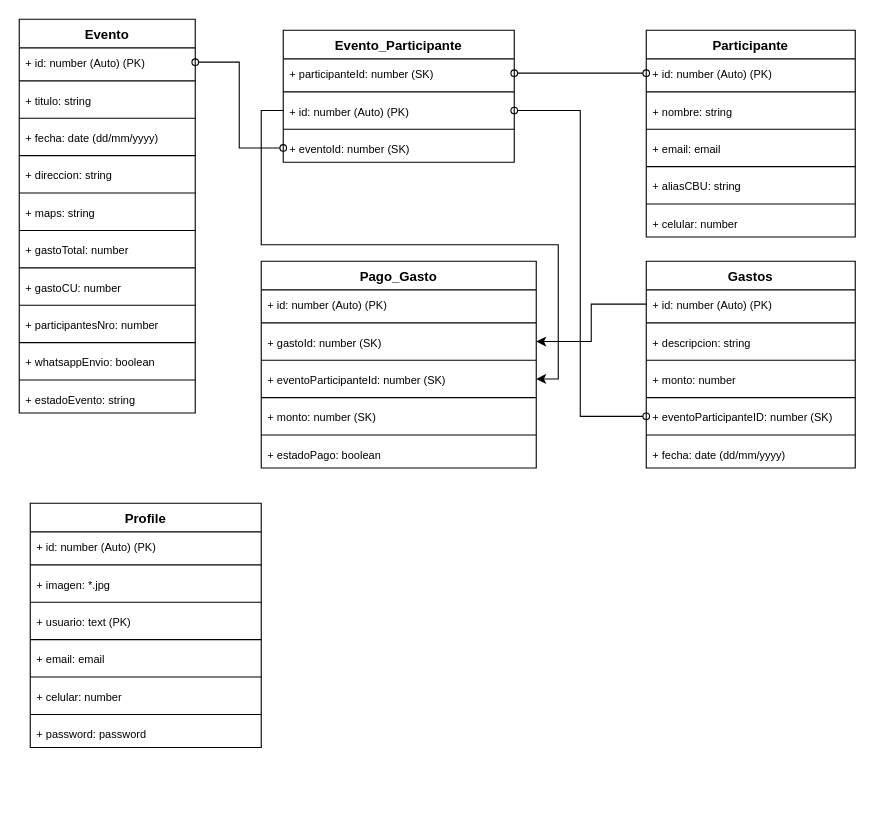
Above: splitsmart.drawio in cbalucas/splitsmart (draw.io), before the change. Source tidied: cells renumbered, new cells numbered last; positions are measured from the earlier drawing's top-left corner, leaving out a move shared by most shapes. Both pictures are drawn from the tidied source at 110%, with x=0, y=0 at pixel (19, 19).
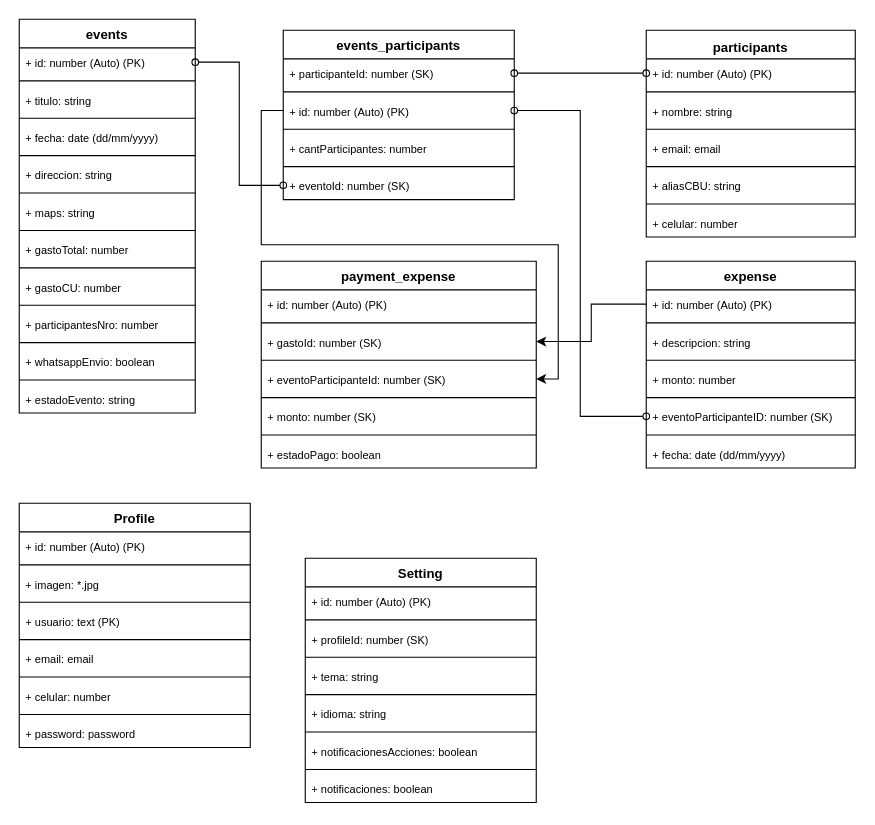
Above is the later version.

Change to the diagram source:
```diff
@@
-    <mxCell id="2" value="Evento" style="swimlane;fontStyle=1;align=center;verticalAlign=top;horizontal=1;startSize=26;whiteSpace=wrap;html=1;" parent="1" vertex="1">
+    <mxCell id="2" value="events" style="swimlane;fontStyle=1;align=center;verticalAlign=top;horizontal=1;startSize=26;whiteSpace=wrap;html=1;" parent="1" vertex="1">
       <mxGeometry width="160" height="358" as="geometry" />
     </mxCell>
@@
-    <mxCell id="22" value="Participante" style="swimlane;fontStyle=1;align=center;verticalAlign=top;horizontal=1;startSize=26;whiteSpace=wrap;html=1;" parent="1" vertex="1">
+    <mxCell id="22" value="&lt;div style=&quot;font-family: Consolas, &amp;quot;Courier New&amp;quot;, monospace; font-weight: normal; font-size: 14px; line-height: 19px; white-space: pre;&quot;&gt;&lt;div style=&quot;line-height: 19px;&quot;&gt;&lt;span style=&quot;font-family: Helvetica; font-size: 12px; font-weight: 700; white-space: normal;&quot;&gt;participants&lt;/span&gt;&lt;/div&gt;&lt;/div&gt;" style="swimlane;fontStyle=1;align=center;verticalAlign=top;horizontal=1;startSize=26;whiteSpace=wrap;html=1;" parent="1" vertex="1">
       <mxGeometry x="570" y="10" width="190" height="188" as="geometry" />
     </mxCell>
@@
-    <mxCell id="32" value="Gastos" style="swimlane;fontStyle=1;align=center;verticalAlign=top;horizontal=1;startSize=26;whiteSpace=wrap;html=1;" parent="1" vertex="1">
+    <mxCell id="32" value="expense" style="swimlane;fontStyle=1;align=center;verticalAlign=top;horizontal=1;startSize=26;whiteSpace=wrap;html=1;" parent="1" vertex="1">
       <mxGeometry x="570" y="220" width="190" height="188" as="geometry" />
     </mxCell>
@@
-    <mxCell id="42" value="Evento_Participante" style="swimlane;fontStyle=1;align=center;verticalAlign=top;horizontal=1;startSize=26;whiteSpace=wrap;html=1;" parent="1" vertex="1">
-      <mxGeometry x="240" y="10" width="210" height="120" as="geometry" />
+    <mxCell id="42" value="events_participants" style="swimlane;fontStyle=1;align=center;verticalAlign=top;horizontal=1;startSize=26;whiteSpace=wrap;html=1;" parent="1" vertex="1">
+      <mxGeometry x="240" y="10" width="210" height="154" as="geometry" />
     </mxCell>
@@
+    <mxCell id="75" style="line;strokeWidth=1;fillColor=none;align=left;verticalAlign=middle;spacingTop=-1;spacingLeft=3;spacingRight=3;labelPosition=right;strokeColor=inherit;" parent="42" vertex="1">
+      <mxGeometry y="86" width="210" height="8" as="geometry" />
+    </mxCell>
+    <mxCell id="76" value="&lt;font style=&quot;font-size: 10px;&quot;&gt;+ cantParticipantes: number&lt;/font&gt;" style="text;strokeColor=none;fillColor=none;align=left;verticalAlign=top;spacingLeft=4;spacingRight=4;overflow=hidden;whiteSpace=wrap;html=1;" parent="42" vertex="1">
+      <mxGeometry y="94" width="210" height="26" as="geometry" />
+    </mxCell>
     <mxCell id="46" style="line;strokeWidth=1;fillColor=none;align=left;verticalAlign=middle;spacingTop=-1;spacingLeft=3;spacingRight=3;labelPosition=right;strokeColor=inherit;" parent="42" vertex="1">
-      <mxGeometry y="86" width="210" height="8" as="geometry" />
+      <mxGeometry y="120" width="210" height="8" as="geometry" />
     </mxCell>
     <mxCell id="47" value="&lt;font style=&quot;font-size: 10px;&quot;&gt;+ eventoId: number (SK)&lt;/font&gt;" style="text;strokeColor=none;fillColor=none;align=left;verticalAlign=top;spacingLeft=4;spacingRight=4;overflow=hidden;points=[[0,0.5],[1,0.5]];portConstraint=eastwest;whiteSpace=wrap;html=1;" parent="42" vertex="1">
-      <mxGeometry y="94" width="210" height="26" as="geometry" />
+      <mxGeometry y="128" width="210" height="26" as="geometry" />
     </mxCell>
-    <mxCell id="48" value="Pago_Gasto" style="swimlane;fontStyle=1;align=center;verticalAlign=top;horizontal=1;startSize=26;whiteSpace=wrap;html=1;" parent="1" vertex="1">
+    <mxCell id="48" value="payment_expense" style="swimlane;fontStyle=1;align=center;verticalAlign=top;horizontal=1;startSize=26;whiteSpace=wrap;html=1;" parent="1" vertex="1">
       <mxGeometry x="220" y="220" width="250" height="188" as="geometry" />
     </mxCell>
@@
     <mxCell id="63" value="Profile" style="swimlane;fontStyle=1;align=center;verticalAlign=top;horizontal=1;startSize=26;whiteSpace=wrap;html=1;" parent="1" vertex="1">
-      <mxGeometry x="10" y="440" width="210" height="222" as="geometry" />
+      <mxGeometry y="440" width="210" height="222" as="geometry" />
     </mxCell>
@@
+    <mxCell id="77" value="Setting" style="swimlane;fontStyle=1;align=center;verticalAlign=top;horizontal=1;startSize=26;whiteSpace=wrap;html=1;" parent="1" vertex="1">
+      <mxGeometry x="260" y="490" width="210" height="222" as="geometry" />
+    </mxCell>
+    <mxCell id="78" value="&lt;font style=&quot;font-size: 10px;&quot;&gt;+ id: number (Auto) (PK)&lt;/font&gt;" style="text;strokeColor=none;fillColor=none;align=left;verticalAlign=top;spacingLeft=4;spacingRight=4;overflow=hidden;whiteSpace=wrap;html=1;" parent="77" vertex="1">
+      <mxGeometry y="26" width="210" height="26" as="geometry" />
+    </mxCell>
+    <mxCell id="79" style="line;strokeWidth=1;fillColor=none;align=left;verticalAlign=middle;spacingTop=-1;spacingLeft=3;spacingRight=3;labelPosition=right;strokeColor=inherit;" parent="77" vertex="1">
+      <mxGeometry y="52" width="210" height="8" as="geometry" />
+    </mxCell>
+    <mxCell id="80" value="&lt;font style=&quot;font-size: 10px;&quot;&gt;+ profileId: number (SK)&lt;/font&gt;" style="text;strokeColor=none;fillColor=none;align=left;verticalAlign=top;spacingLeft=4;spacingRight=4;overflow=hidden;whiteSpace=wrap;html=1;" parent="77" vertex="1">
+      <mxGeometry y="60" width="210" height="26" as="geometry" />
+    </mxCell>
+    <mxCell id="81" style="line;strokeWidth=1;fillColor=none;align=left;verticalAlign=middle;spacingTop=-1;spacingLeft=3;spacingRight=3;labelPosition=right;strokeColor=inherit;" parent="77" vertex="1">
+      <mxGeometry y="86" width="210" height="8" as="geometry" />
+    </mxCell>
+    <mxCell id="82" value="&lt;font style=&quot;font-size: 10px;&quot;&gt;+ tema: string&lt;/font&gt;" style="text;strokeColor=none;fillColor=none;align=left;verticalAlign=top;spacingLeft=4;spacingRight=4;overflow=hidden;whiteSpace=wrap;html=1;" parent="77" vertex="1">
+      <mxGeometry y="94" width="210" height="26" as="geometry" />
+    </mxCell>
+    <mxCell id="83" style="line;strokeWidth=1;fillColor=none;align=left;verticalAlign=middle;spacingTop=-1;spacingLeft=3;spacingRight=3;labelPosition=right;strokeColor=inherit;" parent="77" vertex="1">
+      <mxGeometry y="120" width="210" height="8" as="geometry" />
+    </mxCell>
+    <mxCell id="84" value="&lt;font style=&quot;font-size: 10px;&quot;&gt;+ idioma: string&lt;/font&gt;" style="text;strokeColor=none;fillColor=none;align=left;verticalAlign=top;spacingLeft=4;spacingRight=4;overflow=hidden;whiteSpace=wrap;html=1;" parent="77" vertex="1">
+      <mxGeometry y="128" width="210" height="26" as="geometry" />
+    </mxCell>
+    <mxCell id="85" style="line;strokeWidth=1;fillColor=none;align=left;verticalAlign=middle;spacingTop=-1;spacingLeft=3;spacingRight=3;labelPosition=right;strokeColor=inherit;" parent="77" vertex="1">
+      <mxGeometry y="154" width="210" height="8" as="geometry" />
+    </mxCell>
+    <mxCell id="86" value="&lt;font style=&quot;font-size: 10px;&quot;&gt;+ notificacionesAcciones: boolean&lt;/font&gt;" style="text;strokeColor=none;fillColor=none;align=left;verticalAlign=top;spacingLeft=4;spacingRight=4;overflow=hidden;whiteSpace=wrap;html=1;" parent="77" vertex="1">
+      <mxGeometry y="162" width="210" height="26" as="geometry" />
+    </mxCell>
+    <mxCell id="87" style="line;strokeWidth=1;fillColor=none;align=left;verticalAlign=middle;spacingTop=-1;spacingLeft=3;spacingRight=3;labelPosition=right;strokeColor=inherit;" parent="77" vertex="1">
+      <mxGeometry y="188" width="210" height="8" as="geometry" />
+    </mxCell>
+    <mxCell id="88" value="&lt;font style=&quot;font-size: 10px;&quot;&gt;+ notificaciones: boolean&lt;/font&gt;" style="text;strokeColor=none;fillColor=none;align=left;verticalAlign=top;spacingLeft=4;spacingRight=4;overflow=hidden;whiteSpace=wrap;html=1;" parent="77" vertex="1">
+      <mxGeometry y="196" width="210" height="26" as="geometry" />
+    </mxCell>
```
